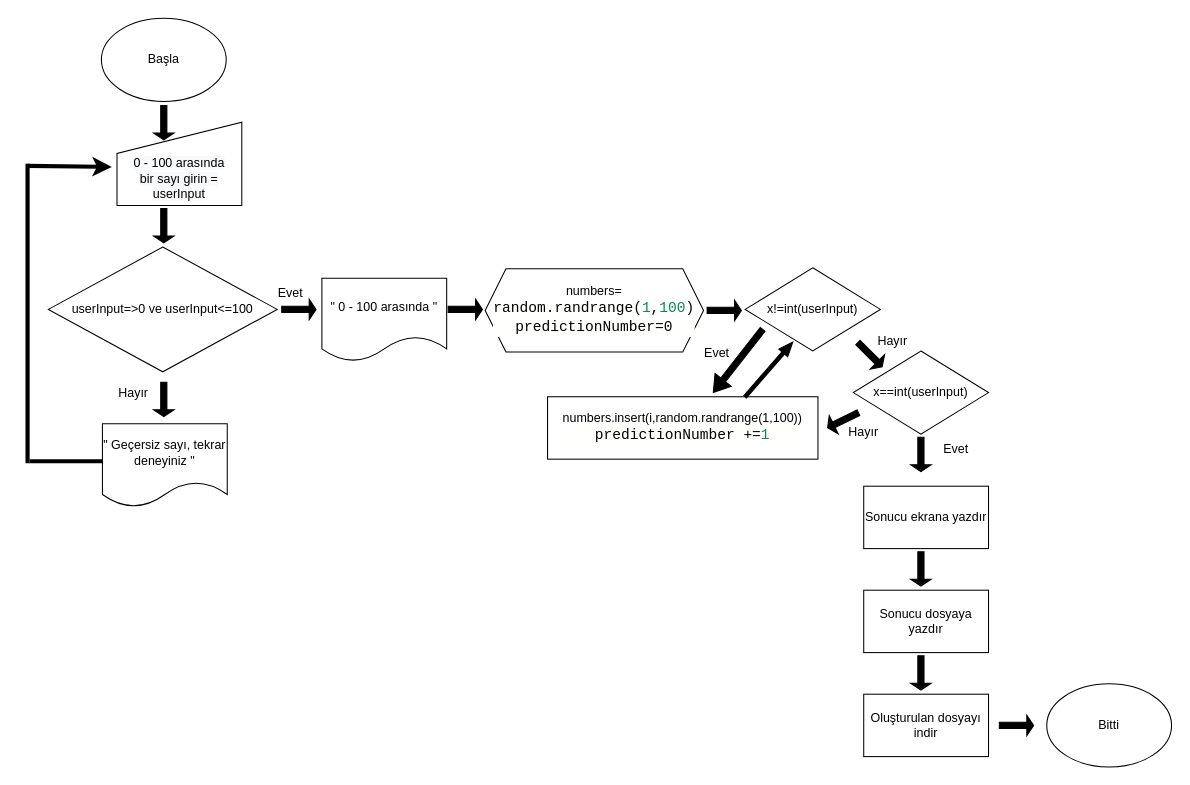
Above: Untitled Diagram.drawio in goksaltak/My_Class (draw.io), before the change. Source tidied: cells renumbered, new cells numbered last; positions are measured from the earlier drawing's top-left corner, leaving out a move shared by most shapes. Both pictures are drawn from the tidied source at 104%, with x=0, y=0 at pixel (27, 18).
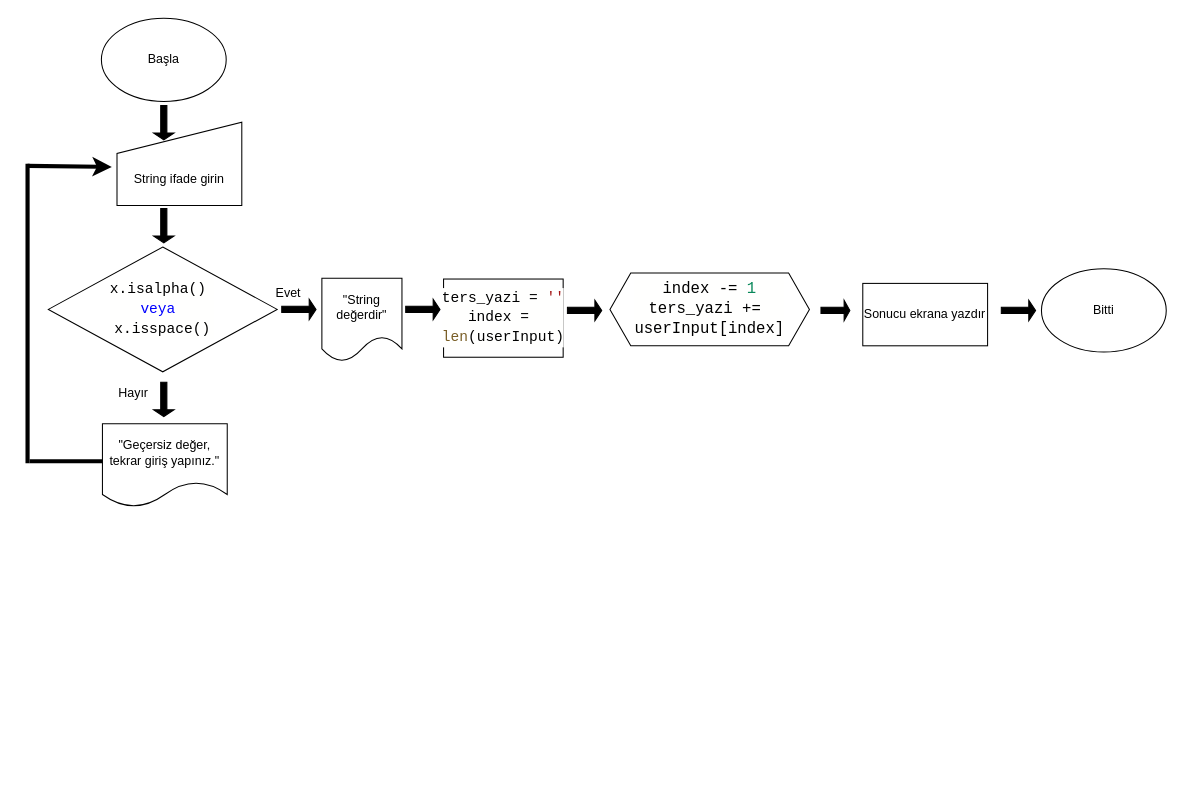
The same page after the edit.

The edit, as a diff of the source:
```diff
@@
-    <mxCell id="5" value="userInput=&amp;gt;0 ve userInput&amp;lt;=100" style="rhombus;whiteSpace=wrap;html=1;fillColor=#FFFFFF;" parent="1" vertex="1">
+    <mxCell id="5" value="&lt;div style=&quot;background-color: rgb(255 , 255 , 254) ; font-family: monospace , &amp;#34;consolas&amp;#34; , &amp;#34;courier new&amp;#34; , monospace ; font-size: 14px ; line-height: 19px&quot;&gt;x.isalpha()&amp;nbsp;&lt;/div&gt;&lt;div style=&quot;background-color: rgb(255 , 255 , 254) ; font-family: monospace , &amp;#34;consolas&amp;#34; , &amp;#34;courier new&amp;#34; , monospace ; font-size: 14px ; line-height: 19px&quot;&gt;&lt;font color=&quot;#0000ff&quot;&gt;veya&amp;nbsp;&lt;/font&gt;&lt;/div&gt;&lt;div style=&quot;background-color: rgb(255 , 255 , 254) ; font-family: monospace , &amp;#34;consolas&amp;#34; , &amp;#34;courier new&amp;#34; , monospace ; font-size: 14px ; line-height: 19px&quot;&gt;x.isspace()&lt;/div&gt;" style="rhombus;whiteSpace=wrap;html=1;fillColor=#FFFFFF;" parent="1" vertex="1">
       <mxGeometry x="20" y="220" width="220" height="120" as="geometry" />
     </mxCell>
@@
     <mxCell id="9" value="Evet" style="text;html=1;strokeColor=none;fillColor=none;align=center;verticalAlign=middle;whiteSpace=wrap;rounded=0;" parent="1" vertex="1">
-      <mxGeometry x="223" y="250" width="60" height="30" as="geometry" />
+      <mxGeometry x="221" y="250" width="60" height="30" as="geometry" />
     </mxCell>
-    <mxCell id="10" value="&quot; Geçersiz sayı, tekrar deneyiniz &quot;" style="shape=document;whiteSpace=wrap;html=1;boundedLbl=1;fillColor=#FFFFFF;" parent="1" vertex="1">
+    <mxCell id="10" value="&quot;Geçersiz değer, tekrar giriş yapınız.&quot;" style="shape=document;whiteSpace=wrap;html=1;boundedLbl=1;fillColor=#FFFFFF;" parent="1" vertex="1">
       <mxGeometry x="72" y="390" width="120" height="80" as="geometry" />
     </mxCell>
-    <mxCell id="11" value="&quot; 0 - 100 arasında &quot;" style="shape=document;whiteSpace=wrap;html=1;boundedLbl=1;fillColor=#FFFFFF;" parent="1" vertex="1">
-      <mxGeometry x="283" y="250" width="120" height="80" as="geometry" />
+    <mxCell id="11" value="&quot;String değerdir&quot;" style="shape=document;whiteSpace=wrap;html=1;boundedLbl=1;fillColor=#FFFFFF;" parent="1" vertex="1">
+      <mxGeometry x="283" y="250" width="77" height="80" as="geometry" />
     </mxCell>
@@
-    <mxCell id="15" value="numbers=&lt;br&gt;&lt;span style=&quot;background-color: rgb(255 , 255 , 254) ; font-family: monospace , &amp;#34;consolas&amp;#34; , &amp;#34;courier new&amp;#34; , monospace ; font-size: 14px&quot;&gt;random.randrange(&lt;/span&gt;&lt;span style=&quot;font-family: monospace , &amp;#34;consolas&amp;#34; , &amp;#34;courier new&amp;#34; , monospace ; font-size: 14px ; color: rgb(9 , 136 , 90)&quot;&gt;1&lt;/span&gt;&lt;span style=&quot;background-color: rgb(255 , 255 , 254) ; font-family: monospace , &amp;#34;consolas&amp;#34; , &amp;#34;courier new&amp;#34; , monospace ; font-size: 14px&quot;&gt;,&lt;/span&gt;&lt;span style=&quot;font-family: monospace , &amp;#34;consolas&amp;#34; , &amp;#34;courier new&amp;#34; , monospace ; font-size: 14px ; color: rgb(9 , 136 , 90)&quot;&gt;100&lt;/span&gt;&lt;span style=&quot;background-color: rgb(255 , 255 , 254) ; font-family: monospace , &amp;#34;consolas&amp;#34; , &amp;#34;courier new&amp;#34; , monospace ; font-size: 14px&quot;&gt;)&lt;br&gt;&lt;/span&gt;&lt;div style=&quot;background-color: rgb(255 , 255 , 254) ; font-family: monospace , &amp;#34;consolas&amp;#34; , &amp;#34;courier new&amp;#34; , monospace ; font-size: 14px ; line-height: 19px&quot;&gt;predictionNumber=0&lt;/div&gt;" style="shape=hexagon;perimeter=hexagonPerimeter2;whiteSpace=wrap;html=1;fixedSize=1;fillColor=#FFFFFF;" parent="1" vertex="1">
-      <mxGeometry x="440" y="241" width="210" height="80" as="geometry" />
+    <mxCell id="15" value="&lt;div style=&quot;background-color: rgb(255 , 255 , 254) ; font-family: monospace , &amp;#34;consolas&amp;#34; , &amp;#34;courier new&amp;#34; , monospace ; line-height: 19px ; font-size: 15px&quot;&gt;&lt;div&gt;index&amp;nbsp;-=&amp;nbsp;&lt;span style=&quot;color: #09885a&quot;&gt;1&lt;/span&gt;&lt;/div&gt;&lt;div&gt;ters_yazi&amp;nbsp;+=&amp;nbsp;&lt;/div&gt;&lt;div&gt;userInput[index]&lt;/div&gt;&lt;/div&gt;" style="shape=hexagon;perimeter=hexagonPerimeter2;whiteSpace=wrap;html=1;fixedSize=1;fillColor=#FFFFFF;" parent="1" vertex="1">
+      <mxGeometry x="560" y="245" width="191.8" height="70" as="geometry" />
     </mxCell>
     <mxCell id="16" style="shape=singleArrow;direction=south;whiteSpace=wrap;html=1;fillColor=#000000;rotation=-90;" parent="1" vertex="1">
-      <mxGeometry x="411" y="263.5" width="19.8" height="33" as="geometry" />
+      <mxGeometry x="370.2" y="263.5" width="19.8" height="33" as="geometry" />
     </mxCell>
-    <mxCell id="17" value="x!=int(userInput)" style="rhombus;whiteSpace=wrap;html=1;fillColor=#FFFFFF;" parent="1" vertex="1">
-      <mxGeometry x="690" y="240" width="130" height="80" as="geometry" />
-    </mxCell>
     <mxCell id="18" style="shape=singleArrow;direction=south;whiteSpace=wrap;html=1;fillColor=#000000;rotation=-90;" parent="1" vertex="1">
-      <mxGeometry x="660" y="264.5" width="19.8" height="33" as="geometry" />
+      <mxGeometry x="766.9" y="267.1" width="19.8" height="27.8" as="geometry" />
     </mxCell>
-    <mxCell id="19" value="numbers.insert(i,random.randrange(1,100))&lt;br&gt;&lt;div style=&quot;background-color: rgb(255 , 255 , 254) ; font-family: monospace , &amp;#34;consolas&amp;#34; , &amp;#34;courier new&amp;#34; , monospace ; font-size: 14px ; line-height: 19px&quot;&gt;predictionNumber&amp;nbsp;+=&lt;span style=&quot;color: #09885a&quot;&gt;1&lt;/span&gt;&lt;/div&gt;" style="rounded=0;whiteSpace=wrap;html=1;fillColor=#FFFFFF;" parent="1" vertex="1">
-      <mxGeometry x="500" y="364" width="260" height="60" as="geometry" />
-    </mxCell>
-    <mxCell id="20" value="x==int(userInput)" style="rhombus;whiteSpace=wrap;html=1;fillColor=#FFFFFF;" parent="1" vertex="1">
-      <mxGeometry x="794" y="320" width="130" height="80" as="geometry" />
-    </mxCell>
-    <mxCell id="21" style="shape=singleArrow;direction=south;whiteSpace=wrap;html=1;fillColor=#000000;rotation=-45;" parent="1" vertex="1">
-      <mxGeometry x="800.2" y="307" width="19.8" height="33" as="geometry" />
-    </mxCell>
-    <mxCell id="22" value="Evet" style="text;html=1;strokeColor=none;fillColor=none;align=center;verticalAlign=middle;whiteSpace=wrap;rounded=0;" parent="1" vertex="1">
-      <mxGeometry x="633" y="307" width="60" height="30" as="geometry" />
-    </mxCell>
-    <mxCell id="23" style="shape=singleArrow;direction=south;whiteSpace=wrap;html=1;fillColor=#000000;rotation=38;" parent="1" vertex="1">
-      <mxGeometry x="673.2" y="291" width="19.8" height="77.1" as="geometry" />
-    </mxCell>
-    <mxCell id="24" value="Hayır" style="text;html=1;strokeColor=none;fillColor=none;align=center;verticalAlign=middle;whiteSpace=wrap;rounded=0;" parent="1" vertex="1">
-      <mxGeometry x="802.1" y="296" width="60" height="30" as="geometry" />
-    </mxCell>
     <mxCell id="25" value="Bitti" style="ellipse;whiteSpace=wrap;html=1;" parent="1" vertex="1">
-      <mxGeometry x="980" y="640" width="120" height="80" as="geometry" />
+      <mxGeometry x="974.9" y="241" width="120" height="80" as="geometry" />
     </mxCell>
-    <mxCell id="26" style="shape=singleArrow;direction=south;whiteSpace=wrap;html=1;fillColor=#000000;" parent="1" vertex="1">
-      <mxGeometry x="849.1" y="403" width="19.8" height="33" as="geometry" />
-    </mxCell>
-    <mxCell id="27" value="Evet" style="text;html=1;strokeColor=none;fillColor=none;align=center;verticalAlign=middle;whiteSpace=wrap;rounded=0;" parent="1" vertex="1">
-      <mxGeometry x="863" y="400" width="60" height="30" as="geometry" />
-    </mxCell>
-    <mxCell id="28" style="shape=singleArrow;direction=south;whiteSpace=wrap;html=1;fillColor=#000000;rotation=-139;" parent="1" vertex="1">
-      <mxGeometry x="707.2" y="302.7" width="11.3" height="70" as="geometry" />
-    </mxCell>
     <mxCell id="29" value="Sonucu ekrana yazdır" style="rounded=0;whiteSpace=wrap;html=1;fillColor=#FFFFFF;" parent="1" vertex="1">
-      <mxGeometry x="804" y="450" width="120" height="60" as="geometry" />
+      <mxGeometry x="803.1" y="255" width="120" height="60" as="geometry" />
     </mxCell>
-    <mxCell id="30" value="Sonucu dosyaya yazdır" style="rounded=0;whiteSpace=wrap;html=1;fillColor=#FFFFFF;" parent="1" vertex="1">
-      <mxGeometry x="804" y="550" width="120" height="60" as="geometry" />
-    </mxCell>
-    <mxCell id="31" style="shape=singleArrow;direction=south;whiteSpace=wrap;html=1;fillColor=#000000;" parent="1" vertex="1">
-      <mxGeometry x="849.1" y="513" width="19.8" height="33" as="geometry" />
-    </mxCell>
     <mxCell id="32" style="shape=singleArrow;direction=south;whiteSpace=wrap;html=1;fillColor=#000000;rotation=-90;" parent="1" vertex="1">
-      <mxGeometry x="941" y="663.5" width="19.8" height="33" as="geometry" />
+      <mxGeometry x="942.9" y="264.5" width="19.8" height="33" as="geometry" />
     </mxCell>
-    <mxCell id="33" value="&lt;br&gt;&lt;br&gt;&lt;span style=&quot;color: rgb(0 , 0 , 0) ; font-family: &amp;#34;helvetica&amp;#34; ; font-size: 12px ; font-style: normal ; font-weight: 400 ; letter-spacing: normal ; text-align: center ; text-indent: 0px ; text-transform: none ; word-spacing: 0px ; background-color: rgb(248 , 249 , 250) ; display: inline ; float: none&quot;&gt;0 - 100 arasında&lt;/span&gt;&lt;br style=&quot;color: rgb(0 , 0 , 0) ; font-family: &amp;#34;helvetica&amp;#34; ; font-size: 12px ; font-style: normal ; font-weight: 400 ; letter-spacing: normal ; text-align: center ; text-indent: 0px ; text-transform: none ; word-spacing: 0px ; background-color: rgb(248 , 249 , 250)&quot;&gt;&lt;span style=&quot;color: rgb(0 , 0 , 0) ; font-family: &amp;#34;helvetica&amp;#34; ; font-size: 12px ; font-style: normal ; font-weight: 400 ; letter-spacing: normal ; text-align: center ; text-indent: 0px ; text-transform: none ; word-spacing: 0px ; background-color: rgb(248 , 249 , 250) ; display: inline ; float: none&quot;&gt;bir sayı girin = userInput&lt;/span&gt;" style="shape=manualInput;whiteSpace=wrap;html=1;fillColor=#FFFFFF;" parent="1" vertex="1">
+    <mxCell id="33" value="&lt;br&gt;&lt;br&gt;&lt;font face=&quot;helvetica&quot;&gt;String ifade girin&lt;/font&gt;" style="shape=manualInput;whiteSpace=wrap;html=1;fillColor=#FFFFFF;" parent="1" vertex="1">
       <mxGeometry x="86" y="100" width="120" height="80" as="geometry" />
     </mxCell>
-    <mxCell id="34" style="shape=singleArrow;direction=south;whiteSpace=wrap;html=1;fillColor=#000000;rotation=64;" parent="1" vertex="1">
-      <mxGeometry x="774.2" y="370" width="19.8" height="33" as="geometry" />
-    </mxCell>
-    <mxCell id="35" value="Hayır" style="text;html=1;strokeColor=none;fillColor=none;align=center;verticalAlign=middle;whiteSpace=wrap;rounded=0;" parent="1" vertex="1">
-      <mxGeometry x="774.2" y="383" width="60" height="30" as="geometry" />
-    </mxCell>
-    <mxCell id="36" value="Oluşturulan dosyayı indir" style="rounded=0;whiteSpace=wrap;html=1;fillColor=#FFFFFF;" parent="1" vertex="1">
-      <mxGeometry x="804" y="650" width="120" height="60" as="geometry" />
-    </mxCell>
-    <mxCell id="37" style="shape=singleArrow;direction=south;whiteSpace=wrap;html=1;fillColor=#000000;" parent="1" vertex="1">
-      <mxGeometry x="849.1" y="613" width="19.8" height="33" as="geometry" />
-    </mxCell>
+    <mxCell id="38" value="&lt;div style=&quot;background-color: rgb(255 , 255 , 254) ; font-family: monospace , &amp;#34;consolas&amp;#34; , &amp;#34;courier new&amp;#34; , monospace ; font-size: 14px ; line-height: 19px&quot;&gt;&lt;div&gt;ters_yazi&amp;nbsp;=&amp;nbsp;&lt;span style=&quot;color: #a31515&quot;&gt;''&lt;/span&gt;&lt;/div&gt;&lt;div&gt;index&amp;nbsp;=&amp;nbsp;&lt;/div&gt;&lt;div&gt;&lt;span style=&quot;color: rgb(121 , 94 , 38)&quot;&gt;len&lt;/span&gt;(userInput)&lt;/div&gt;&lt;/div&gt;" style="rounded=0;whiteSpace=wrap;html=1;fillColor=#FFFFFF;" parent="1" vertex="1">
+      <mxGeometry x="400" y="250.8" width="115" height="75.2" as="geometry" />
+    </mxCell>
+    <mxCell id="39" style="shape=singleArrow;direction=south;whiteSpace=wrap;html=1;fillColor=#000000;rotation=-90;" parent="1" vertex="1">
+      <mxGeometry x="525.7" y="264.5" width="19.8" height="33" as="geometry" />
+    </mxCell>
```
